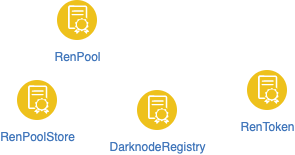
Earlier version of the draw.io export RenPool.drawio.png (Ethernautas/renpool). Source tidied: cells renumbered, new cells last; positions are measured from the earlier drawing's top-left corner, leaving out a move shared by most shapes.
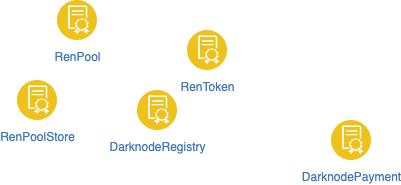
After the commit.

Commit message:
Improve diagram

The edit, as a diff of the source:
```diff
@@ -9,10 +9,13 @@
       <mxGeometry y="80" width="40" height="40" as="geometry" />
     </mxCell>
     <mxCell id="4" value="RenToken" style="perimeter=ellipsePerimeter;html=1;align=center;shadow=0;dashed=0;fontColor=#4277BB;labelBackgroundColor=#ffffff;fontSize=12;spacingTop=3;image;image=img/lib/ibm/blockchain/smart_contract.svg;" parent="1" vertex="1">
-      <mxGeometry x="230" y="70" width="40" height="40" as="geometry" />
+      <mxGeometry x="170" y="30" width="40" height="40" as="geometry" />
     </mxCell>
     <mxCell id="5" value="DarknodeRegistry" style="perimeter=ellipsePerimeter;html=1;align=center;shadow=0;dashed=0;fontColor=#4277BB;labelBackgroundColor=#ffffff;fontSize=12;spacingTop=3;image;image=img/lib/ibm/blockchain/smart_contract.svg;" parent="1" vertex="1">
       <mxGeometry x="120" y="90" width="40" height="40" as="geometry" />
     </mxCell>
+    <mxCell id="6" value="DarknodePayment" style="perimeter=ellipsePerimeter;html=1;align=center;shadow=0;dashed=0;fontColor=#4277BB;labelBackgroundColor=#ffffff;fontSize=12;spacingTop=3;image;image=img/lib/ibm/blockchain/smart_contract.svg;" parent="1" vertex="1">
+      <mxGeometry x="314" y="120" width="40" height="40" as="geometry" />
+    </mxCell>
   </root>
 </mxGraphModel>
```
